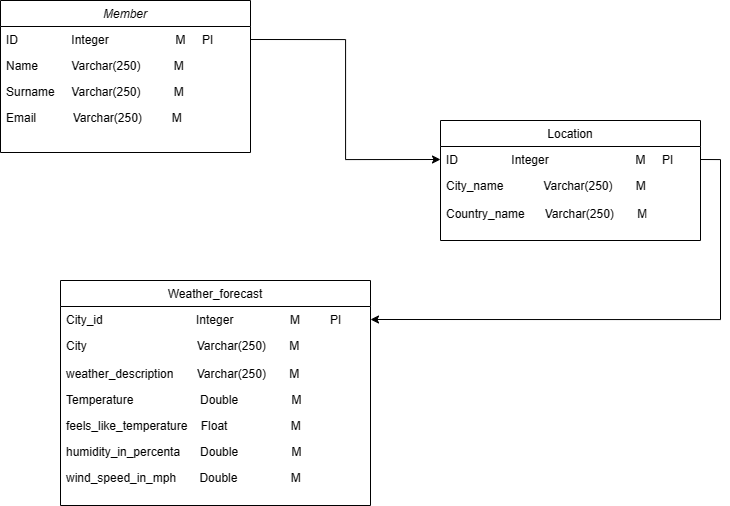
sevvaltuncay/cloudgazer-weatherapp keeps this draw.io diagram as img/db_diagram.png. Above is the earlier version. Source tidied: cells renumbered, new cells last; positions are measured from the earlier drawing's top-left corner, leaving out a move shared by most shapes.
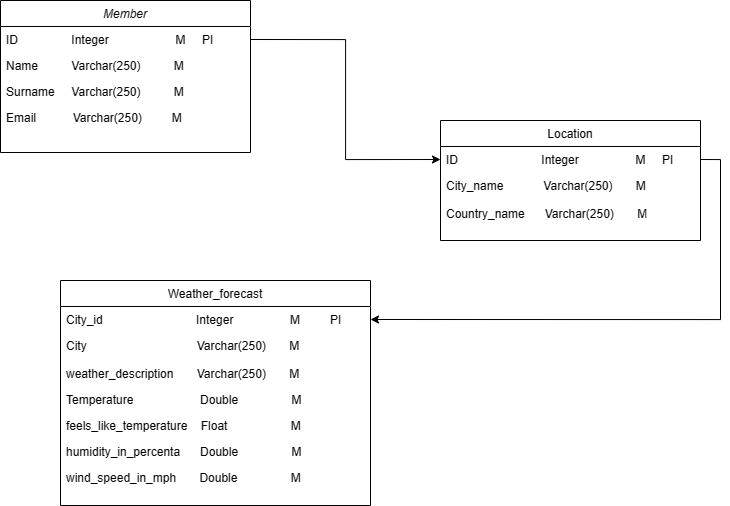
After the change.

Diff of the diagram source:
```diff
@@ -20,7 +20,7 @@
     <mxCell id="7" value="Location" style="swimlane;fontStyle=0;align=center;verticalAlign=top;horizontal=1;startSize=26;rounded=0;shadow=0;strokeWidth=1;" parent="1" vertex="1">
       <mxGeometry x="440" y="120" width="260" height="120" as="geometry" />
     </mxCell>
-    <mxCell id="8" value="ID                Integer                          M     PI" style="text;align=left;verticalAlign=top;spacingLeft=4;spacingRight=4;overflow=hidden;points=[[0,0.5],[1,0.5]];portConstraint=eastwest;" parent="7" vertex="1">
+    <mxCell id="8" value="ID                         Integer                 M     PI" style="text;align=left;verticalAlign=top;spacingLeft=4;spacingRight=4;overflow=hidden;points=[[0,0.5],[1,0.5]];portConstraint=eastwest;" parent="7" vertex="1">
       <mxGeometry y="26" width="260" height="26" as="geometry" />
     </mxCell>
     <mxCell id="9" value="City_name            Varchar(250)       M" style="text;align=left;verticalAlign=top;spacingLeft=4;spacingRight=4;overflow=hidden;rounded=0;shadow=0;html=0;" parent="7" vertex="1">
```
